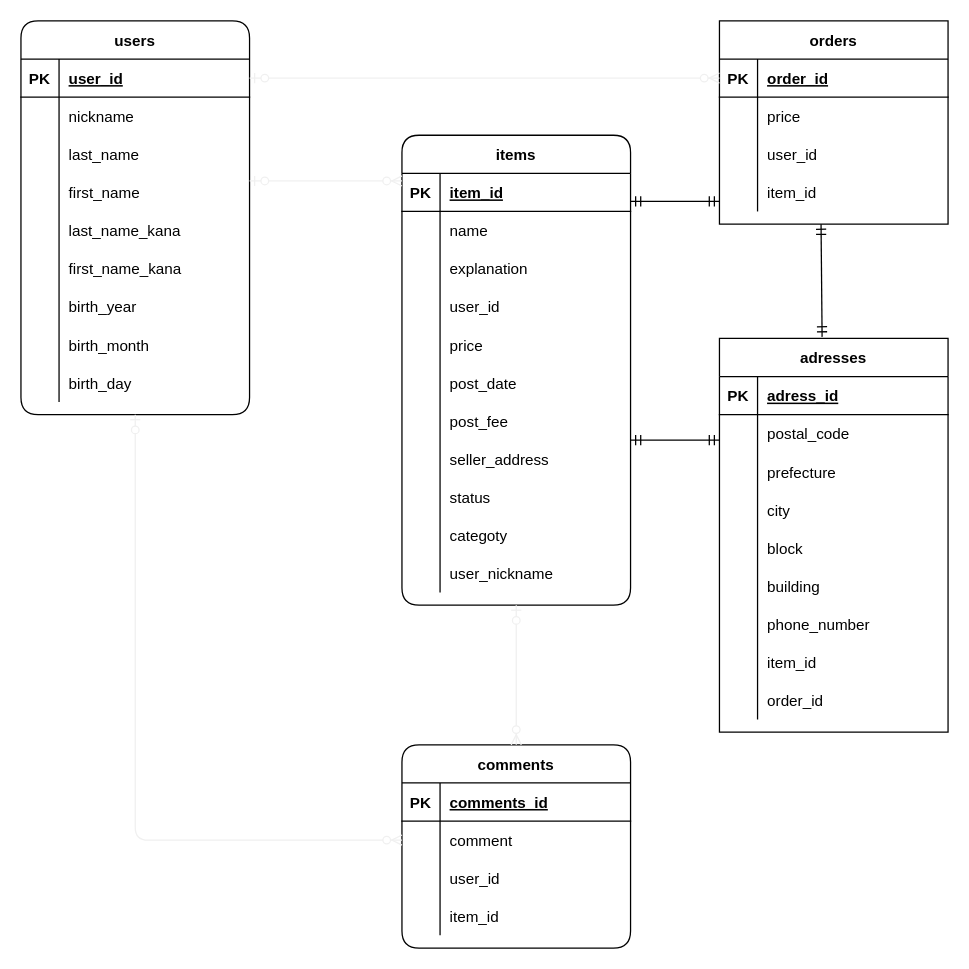
Earlier version of the draw.io diagram furima.dio (sumitaryosuke/furima-32535). Source tidied: cells renumbered, new cells numbered last; positions are measured from the earlier drawing's top-left corner, leaving out a move shared by most shapes. Both pictures are drawn from the tidied source at 127%, with x=0, y=0 at pixel (20, 20).
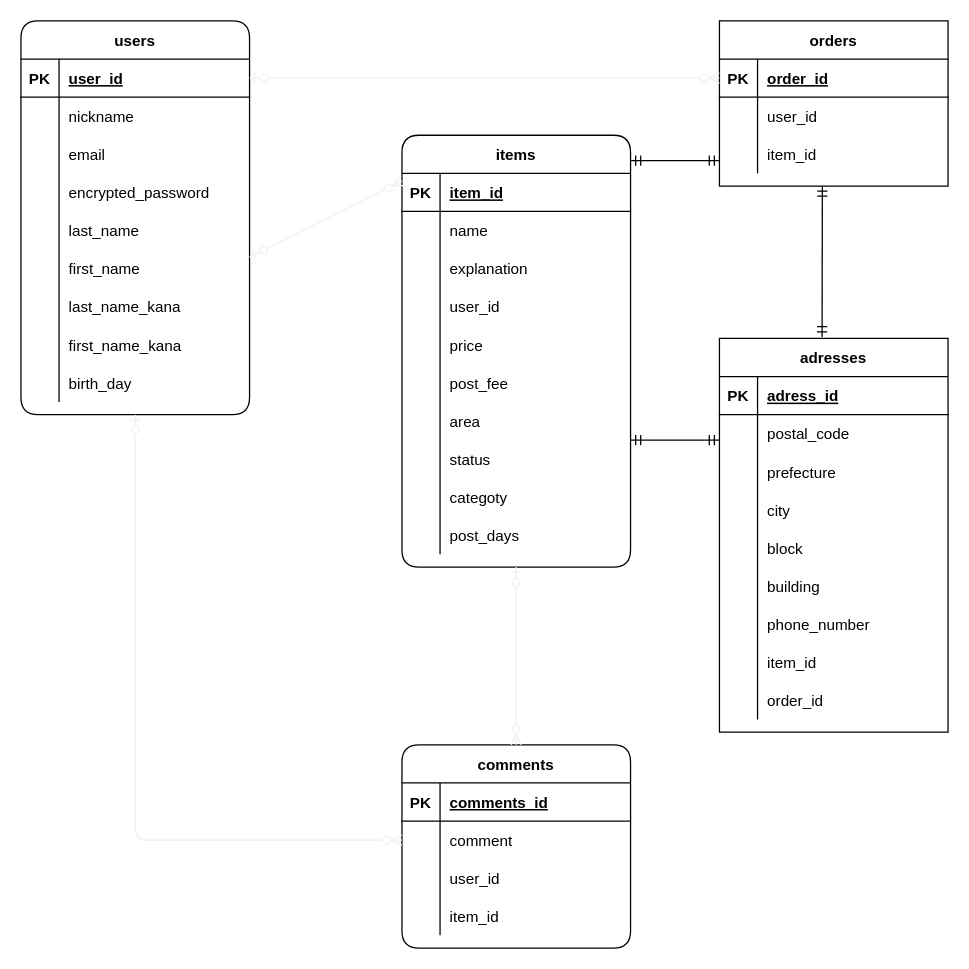
Above is the later version.

Commit message:
データベース修正３

Unchanged cells that the change refers to:
```xml
<mxCell id="2" value="users" style="shape=table;startSize=30;childLayout=tableLayout;rowLines=0;fontStyle=1;align=center;rounded=1;" parent="1" vertex="1">
  <mxGeometry width="180" height="310" as="geometry" />
</mxCell>
<mxCell id="90" value="adresses" style="shape=table;startSize=30;childLayout=tableLayout;rowLines=0;fontStyle=1;align=center;" parent="1" vertex="1">
  <mxGeometry x="550" y="250" width="180" height="310" as="geometry" />
</mxCell>
```

The edit, as a diff of the source:
```diff
@@
+    <mxCell id="125" style="shape=partialRectangle;fillColor=none;top=0;left=0;bottom=0;right=0;rounded=1;" parent="2" vertex="1">
+      <mxGeometry y="60" width="180" height="30" as="geometry" />
+    </mxCell>
+    <mxCell id="126" style="shape=partialRectangle;fillColor=none;top=0;left=0;bottom=0;right=0;overflow=hidden;rounded=1;" parent="125" vertex="1">
+      <mxGeometry width="30" height="30" as="geometry" />
+    </mxCell>
+    <mxCell id="127" value="nickname" style="shape=partialRectangle;fillColor=none;top=0;left=0;bottom=0;right=0;align=left;spacingLeft=6;overflow=hidden;rounded=1;" parent="125" vertex="1">
+      <mxGeometry x="30" width="150" height="30" as="geometry" />
+    </mxCell>
+    <mxCell id="128" style="shape=partialRectangle;fillColor=none;top=0;left=0;bottom=0;right=0;rounded=1;" parent="2" vertex="1">
+      <mxGeometry y="90" width="180" height="30" as="geometry" />
+    </mxCell>
+    <mxCell id="129" style="shape=partialRectangle;fillColor=none;top=0;left=0;bottom=0;right=0;overflow=hidden;rounded=1;" parent="128" vertex="1">
+      <mxGeometry width="30" height="30" as="geometry" />
+    </mxCell>
+    <mxCell id="130" value="email" style="shape=partialRectangle;fillColor=none;top=0;left=0;bottom=0;right=0;align=left;spacingLeft=6;overflow=hidden;rounded=1;" parent="128" vertex="1">
+      <mxGeometry x="30" width="150" height="30" as="geometry" />
+    </mxCell>
     <mxCell id="6" style="shape=partialRectangle;fillColor=none;top=0;left=0;bottom=0;right=0;rounded=1;" parent="2" vertex="1">
-      <mxGeometry y="60" width="180" height="30" as="geometry" />
+      <mxGeometry y="120" width="180" height="30" as="geometry" />
     </mxCell>
@@
-    <mxCell id="8" value="nickname" style="shape=partialRectangle;fillColor=none;top=0;left=0;bottom=0;right=0;align=left;spacingLeft=6;overflow=hidden;rounded=1;" parent="6" vertex="1">
+    <mxCell id="8" value="encrypted_password" style="shape=partialRectangle;fillColor=none;top=0;left=0;bottom=0;right=0;align=left;spacingLeft=6;overflow=hidden;rounded=1;" parent="6" vertex="1">
       <mxGeometry x="30" width="150" height="30" as="geometry" />
     </mxCell>
     <mxCell id="9" style="shape=partialRectangle;fillColor=none;top=0;left=0;bottom=0;right=0;rounded=1;" parent="2" vertex="1">
-      <mxGeometry y="90" width="180" height="30" as="geometry" />
+      <mxGeometry y="150" width="180" height="30" as="geometry" />
     </mxCell>
@@
     <mxCell id="12" style="shape=partialRectangle;fillColor=none;top=0;left=0;bottom=0;right=0;points=[[0,0.5],[1,0.5]];portConstraint=eastwest;rounded=1;" parent="2" vertex="1">
-      <mxGeometry y="120" width="180" height="30" as="geometry" />
+      <mxGeometry y="180" width="180" height="30" as="geometry" />
     </mxCell>
@@
     <mxCell id="15" style="shape=partialRectangle;fillColor=none;top=0;left=0;bottom=0;right=0;rounded=1;" parent="2" vertex="1">
-      <mxGeometry y="150" width="180" height="30" as="geometry" />
+      <mxGeometry y="210" width="180" height="30" as="geometry" />
     </mxCell>
@@
     <mxCell id="18" style="shape=partialRectangle;fillColor=none;top=0;left=0;bottom=0;right=0;rounded=1;" parent="2" vertex="1">
-      <mxGeometry y="180" width="180" height="30" as="geometry" />
+      <mxGeometry y="240" width="180" height="30" as="geometry" />
     </mxCell>
@@
     <mxCell id="21" style="shape=partialRectangle;fillColor=none;top=0;left=0;bottom=0;right=0;rounded=1;" parent="2" vertex="1">
-      <mxGeometry y="210" width="180" height="30" as="geometry" />
+      <mxGeometry y="270" width="180" height="30" as="geometry" />
     </mxCell>
@@
-    <mxCell id="23" value="birth_year" style="shape=partialRectangle;fillColor=none;top=0;left=0;bottom=0;right=0;align=left;spacingLeft=6;overflow=hidden;rounded=1;" parent="21" vertex="1">
+    <mxCell id="23" value="birth_day" style="shape=partialRectangle;fillColor=none;top=0;left=0;bottom=0;right=0;align=left;spacingLeft=6;overflow=hidden;rounded=1;" parent="21" vertex="1">
       <mxGeometry x="30" width="150" height="30" as="geometry" />
     </mxCell>
-    <mxCell id="24" style="shape=partialRectangle;fillColor=none;top=0;left=0;bottom=0;right=0;rounded=1;" parent="2" vertex="1">
-      <mxGeometry y="240" width="180" height="30" as="geometry" />
-    </mxCell>
-    <mxCell id="25" style="shape=partialRectangle;fillColor=none;top=0;left=0;bottom=0;right=0;overflow=hidden;rounded=1;" parent="24" vertex="1">
-      <mxGeometry width="30" height="30" as="geometry" />
-    </mxCell>
-    <mxCell id="26" value="birth_month" style="shape=partialRectangle;fillColor=none;top=0;left=0;bottom=0;right=0;align=left;spacingLeft=6;overflow=hidden;rounded=1;" parent="24" vertex="1">
-      <mxGeometry x="30" width="150" height="30" as="geometry" />
-    </mxCell>
-    <mxCell id="27" style="shape=partialRectangle;fillColor=none;top=0;left=0;bottom=0;right=0;rounded=1;" parent="2" vertex="1">
-      <mxGeometry y="270" width="180" height="30" as="geometry" />
-    </mxCell>
-    <mxCell id="28" style="shape=partialRectangle;fillColor=none;top=0;left=0;bottom=0;right=0;overflow=hidden;rounded=1;" parent="27" vertex="1">
-      <mxGeometry width="30" height="30" as="geometry" />
-    </mxCell>
-    <mxCell id="29" value="birth_day" style="shape=partialRectangle;fillColor=none;top=0;left=0;bottom=0;right=0;align=left;spacingLeft=6;overflow=hidden;rounded=1;" parent="27" vertex="1">
-      <mxGeometry x="30" width="150" height="30" as="geometry" />
-    </mxCell>
     <mxCell id="30" value="items" style="shape=table;startSize=30;childLayout=tableLayout;rowLines=0;fontStyle=1;align=center;rounded=1;" parent="1" vertex="1">
-      <mxGeometry x="300" y="90" width="180" height="370" as="geometry" />
+      <mxGeometry x="300" y="90" width="180" height="340" as="geometry" />
     </mxCell>
@@
-    <mxCell id="46" style="shape=partialRectangle;fillColor=none;top=0;left=0;bottom=0;right=0;rounded=1;" parent="30" vertex="1">
-      <mxGeometry y="180" width="180" height="30" as="geometry" />
-    </mxCell>
-    <mxCell id="47" style="shape=partialRectangle;fillColor=none;top=0;left=0;bottom=0;right=0;overflow=hidden;rounded=1;" parent="46" vertex="1">
-      <mxGeometry width="30" height="30" as="geometry" />
-    </mxCell>
-    <mxCell id="48" value="post_date" style="shape=partialRectangle;fillColor=none;top=0;left=0;bottom=0;right=0;align=left;spacingLeft=6;overflow=hidden;rounded=1;" parent="46" vertex="1">
-      <mxGeometry x="30" width="150" height="30" as="geometry" />
-    </mxCell>
     <mxCell id="49" style="shape=partialRectangle;fillColor=none;top=0;left=0;bottom=0;right=0;rounded=1;" parent="30" vertex="1">
-      <mxGeometry y="210" width="180" height="30" as="geometry" />
+      <mxGeometry y="180" width="180" height="30" as="geometry" />
     </mxCell>
@@
     <mxCell id="52" style="shape=partialRectangle;fillColor=none;top=0;left=0;bottom=0;right=0;rounded=1;" parent="30" vertex="1">
-      <mxGeometry y="240" width="180" height="30" as="geometry" />
+      <mxGeometry y="210" width="180" height="30" as="geometry" />
     </mxCell>
@@
-    <mxCell id="54" value="seller_address" style="shape=partialRectangle;fillColor=none;top=0;left=0;bottom=0;right=0;align=left;spacingLeft=6;overflow=hidden;rounded=1;" parent="52" vertex="1">
+    <mxCell id="54" value="area" style="shape=partialRectangle;fillColor=none;top=0;left=0;bottom=0;right=0;align=left;spacingLeft=6;overflow=hidden;rounded=1;" parent="52" vertex="1">
       <mxGeometry x="30" width="150" height="30" as="geometry" />
     </mxCell>
     <mxCell id="55" style="shape=partialRectangle;fillColor=none;top=0;left=0;bottom=0;right=0;rounded=1;" parent="30" vertex="1">
-      <mxGeometry y="270" width="180" height="30" as="geometry" />
+      <mxGeometry y="240" width="180" height="30" as="geometry" />
     </mxCell>
@@
     <mxCell id="58" style="shape=partialRectangle;fillColor=none;top=0;left=0;bottom=0;right=0;rounded=1;" parent="30" vertex="1">
-      <mxGeometry y="300" width="180" height="30" as="geometry" />
+      <mxGeometry y="270" width="180" height="30" as="geometry" />
     </mxCell>
@@
     <mxCell id="61" style="shape=partialRectangle;fillColor=none;top=0;left=0;bottom=0;right=0;rounded=1;" parent="30" vertex="1">
-      <mxGeometry y="330" width="180" height="30" as="geometry" />
+      <mxGeometry y="300" width="180" height="30" as="geometry" />
     </mxCell>
@@
-    <mxCell id="63" value="user_nickname" style="shape=partialRectangle;fillColor=none;top=0;left=0;bottom=0;right=0;align=left;spacingLeft=6;overflow=hidden;rounded=1;" parent="61" vertex="1">
+    <mxCell id="63" value="post_days" style="shape=partialRectangle;fillColor=none;top=0;left=0;bottom=0;right=0;align=left;spacingLeft=6;overflow=hidden;rounded=1;" parent="61" vertex="1">
       <mxGeometry x="30" width="150" height="30" as="geometry" />
     </mxCell>
@@
     <mxCell id="77" value="orders" style="shape=table;startSize=30;childLayout=tableLayout;rowLines=0;fontStyle=1;align=center;" parent="1" vertex="1">
-      <mxGeometry x="550" width="180" height="160" as="geometry" />
+      <mxGeometry x="550" width="180" height="130" as="geometry" />
     </mxCell>
@@
-    <mxCell id="81" style="shape=partialRectangle;fillColor=none;top=0;left=0;bottom=0;right=0;" parent="77" vertex="1">
-      <mxGeometry y="60" width="180" height="30" as="geometry" />
-    </mxCell>
-    <mxCell id="82" style="shape=partialRectangle;fillColor=none;top=0;left=0;bottom=0;right=0;overflow=hidden;" parent="81" vertex="1">
-      <mxGeometry width="30" height="30" as="geometry" />
-    </mxCell>
-    <mxCell id="83" value="price" style="shape=partialRectangle;fillColor=none;top=0;left=0;bottom=0;right=0;align=left;spacingLeft=6;overflow=hidden;" parent="81" vertex="1">
-      <mxGeometry x="30" width="150" height="30" as="geometry" />
-    </mxCell>
     <mxCell id="84" style="shape=partialRectangle;fillColor=none;top=0;left=0;bottom=0;right=0;" parent="77" vertex="1">
-      <mxGeometry y="90" width="180" height="30" as="geometry" />
+      <mxGeometry y="60" width="180" height="30" as="geometry" />
     </mxCell>
@@
     <mxCell id="87" style="shape=partialRectangle;fillColor=none;top=0;left=0;bottom=0;right=0;" parent="77" vertex="1">
-      <mxGeometry y="120" width="180" height="30" as="geometry" />
+      <mxGeometry y="90" width="180" height="30" as="geometry" />
     </mxCell>
@@
     <mxCell id="122" style="fontSize=12;html=1;endArrow=ERmandOne;startArrow=ERmandOne;" parent="1" edge="1">
       <mxGeometry relative="1" as="geometry">
-        <mxPoint x="480" y="142" as="sourcePoint" />
-        <mxPoint x="550" y="142" as="targetPoint" />
+        <mxPoint x="480" y="110" as="sourcePoint" />
+        <mxPoint x="550" y="110" as="targetPoint" />
       </mxGeometry>
     </mxCell>
@@
     <mxCell id="124" style="fontSize=12;html=1;endArrow=ERmandOne;startArrow=ERmandOne;entryX=0.449;entryY=-0.004;entryDx=0;entryDy=0;entryPerimeter=0;" parent="1" edge="1" target="90">
       <mxGeometry relative="1" as="geometry">
-        <mxPoint x="630" y="160" as="sourcePoint" />
+        <mxPoint x="631" y="130" as="sourcePoint" />
       </mxGeometry>
     </mxCell>
```
